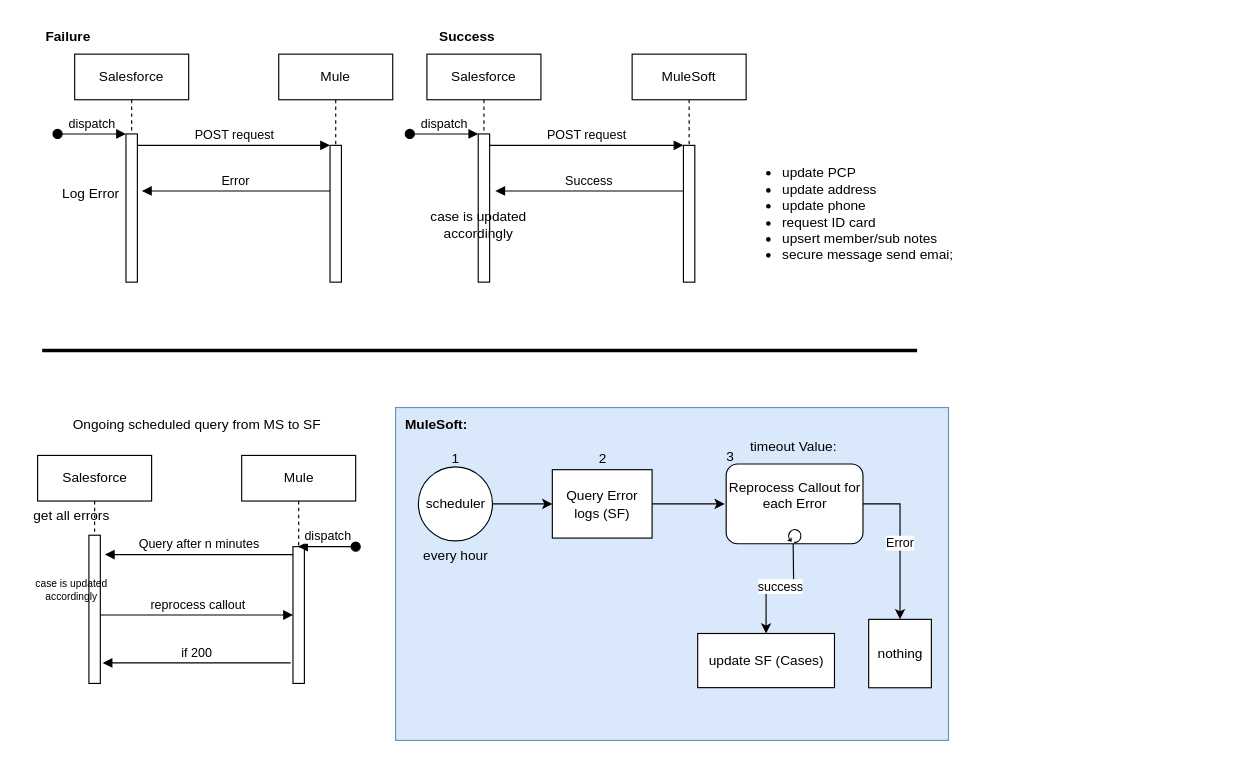
This is errorLog.drawio from payam-e/diagrams, a draw.io file, before an edit. Source tidied: cells renumbered, new cells numbered last; positions are measured from the earlier drawing's top-left corner, leaving out a move shared by most shapes. Both pictures are drawn from the tidied source at 114%, with x=0, y=0 at pixel (18, 19).
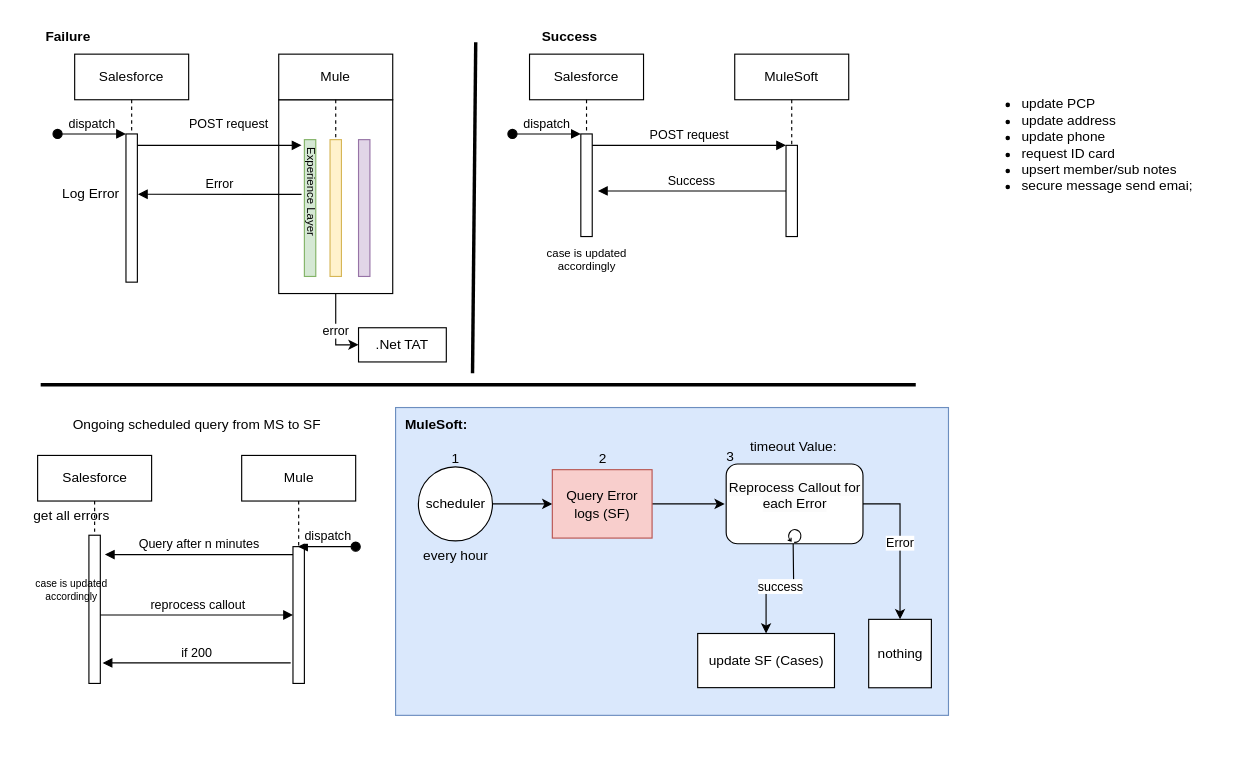
The same page after the edit.

Unchanged cells that the change refers to:
```xml
<mxCell id="4" style="html=1;points=[];perimeter=orthogonalPerimeter;outlineConnect=0;targetShapes=umlLifeline;portConstraint=eastwest;newEdgeStyle={&quot;edgeStyle&quot;:&quot;elbowEdgeStyle&quot;,&quot;elbow&quot;:&quot;vertical&quot;,&quot;curved&quot;:0,&quot;rounded&quot;:0};" parent="3" vertex="1">
  <mxGeometry x="45" y="70" width="10" height="130" as="geometry" />
</mxCell>
```

What changed in the source:
```diff
@@
+    <mxCell id="49" value="error" style="edgeStyle=orthogonalEdgeStyle;rounded=0;jettySize=auto;html=1;entryX=0;entryY=0.5;entryDx=0;entryDy=0;" parent="1" edge="1" source="50" target="53">
+      <mxGeometry relative="1" as="geometry" />
+    </mxCell>
+    <mxCell id="50" style="rounded=0;whiteSpace=wrap;html=1;" parent="1" vertex="1">
+      <mxGeometry x="228" y="70" width="100" height="170" as="geometry" />
+    </mxCell>
     <mxCell id="2" style="rounded=0;whiteSpace=wrap;html=1;fillColor=#dae8fc;strokeColor=#6c8ebf;" parent="1" vertex="1">
-      <mxGeometry x="330.5" y="340" width="485" height="292" as="geometry" />
+      <mxGeometry x="330.5" y="340" width="485" height="270" as="geometry" />
     </mxCell>
@@
     <mxCell id="6" value="Mule" style="shape=umlLifeline;perimeter=lifelinePerimeter;whiteSpace=wrap;html=1;newEdgeStyle={&quot;edgeStyle&quot;:&quot;elbowEdgeStyle&quot;,&quot;elbow&quot;:&quot;vertical&quot;,&quot;curved&quot;:0,&quot;rounded&quot;:0};" parent="1" vertex="1">
-      <mxGeometry x="228" y="30" width="100" height="200" as="geometry" />
+      <mxGeometry x="228" y="30" width="100" height="190" as="geometry" />
     </mxCell>
-    <mxCell id="7" style="html=1;points=[];perimeter=orthogonalPerimeter;outlineConnect=0;targetShapes=umlLifeline;portConstraint=eastwest;newEdgeStyle={&quot;edgeStyle&quot;:&quot;elbowEdgeStyle&quot;,&quot;elbow&quot;:&quot;vertical&quot;,&quot;curved&quot;:0,&quot;rounded&quot;:0};" parent="6" vertex="1">
-      <mxGeometry x="45" y="80" width="10" height="120" as="geometry" />
+    <mxCell id="7" value="Experience Layer" style="html=1;points=[];perimeter=orthogonalPerimeter;outlineConnect=0;targetShapes=umlLifeline;portConstraint=eastwest;newEdgeStyle={&quot;edgeStyle&quot;:&quot;elbowEdgeStyle&quot;,&quot;elbow&quot;:&quot;vertical&quot;,&quot;curved&quot;:0,&quot;rounded&quot;:0};fillColor=#d5e8d4;strokeColor=#82b366;flipH=1;flipV=1;textDirection=vertical-lr;verticalAlign=top;fontSize=10;align=center;" parent="6" vertex="1">
+      <mxGeometry x="22.5" y="75" width="10" height="120" as="geometry" />
     </mxCell>
+    <mxCell id="51" style="html=1;perimeter=orthogonalPerimeter;targetShapes=umlLifeline;newEdgeStyle={&quot;edgeStyle&quot;:&quot;elbowEdgeStyle&quot;,&quot;elbow&quot;:&quot;vertical&quot;,&quot;curved&quot;:0,&quot;rounded&quot;:0};fillColor=#fff2cc;strokeColor=#d6b656;" parent="6" vertex="1">
+      <mxGeometry x="45" y="75" width="10" height="120" as="geometry" />
+    </mxCell>
+    <mxCell id="52" style="html=1;perimeter=orthogonalPerimeter;targetShapes=umlLifeline;newEdgeStyle={&quot;edgeStyle&quot;:&quot;elbowEdgeStyle&quot;,&quot;elbow&quot;:&quot;vertical&quot;,&quot;curved&quot;:0,&quot;rounded&quot;:0};fillColor=#e1d5e7;strokeColor=#9673a6;" parent="6" vertex="1">
+      <mxGeometry x="70" y="75" width="10" height="120" as="geometry" />
+    </mxCell>
-    <mxCell id="8" value="POST request" style="html=1;verticalAlign=bottom;endArrow=block;edgeStyle=elbowEdgeStyle;elbow=vertical;curved=0;rounded=0;" parent="1" edge="1" source="4" target="7">
-      <mxGeometry relative="1" as="geometry">
+    <mxCell id="8" value="POST request" style="html=1;verticalAlign=bottom;endArrow=block;edgeStyle=elbowEdgeStyle;elbow=vertical;curved=0;rounded=0;" parent="1" edge="1" source="4">
+      <mxGeometry x="0.11" y="10" relative="1" as="geometry">
+        <mxPoint x="248" y="110" as="targetPoint" />
         <Array as="points">
           <mxPoint x="188" y="110" />
         </Array>
       </mxGeometry>
     </mxCell>
-    <mxCell id="9" value="Error" style="html=1;verticalAlign=bottom;endArrow=block;edgeStyle=elbowEdgeStyle;elbow=vertical;curved=0;rounded=0;" parent="1" edge="1" source="7">
+    <mxCell id="9" value="Error" style="html=1;verticalAlign=bottom;endArrow=block;edgeStyle=elbowEdgeStyle;elbow=vertical;curved=0;rounded=0;" parent="1" edge="1">
       <mxGeometry relative="1" as="geometry">
-        <mxPoint x="108" y="150" as="targetPoint" />
+        <mxPoint x="248" y="153" as="sourcePoint" />
+        <mxPoint x="104.5" y="152.9" as="targetPoint" />
         <Array as="points">
-          <mxPoint x="198" y="150" />
+          <mxPoint x="194.5" y="152.9" />
         </Array>
       </mxGeometry>
     </mxCell>
     <mxCell id="10" value="&lt;ul&gt;&lt;li&gt;update PCP&lt;/li&gt;&lt;li&gt;update address&lt;/li&gt;&lt;li&gt;update phone&lt;/li&gt;&lt;li&gt;request ID card&lt;/li&gt;&lt;li&gt;upsert member/sub notes&lt;/li&gt;&lt;li&gt;secure message send emai;&lt;/li&gt;&lt;/ul&gt;" style="text;html=1;align=left;verticalAlign=middle;strokeColor=none;fillColor=none;" parent="1" vertex="1">
-      <mxGeometry x="628" y="110" width="210" height="120" as="geometry" />
+      <mxGeometry x="838" y="50" width="210" height="120" as="geometry" />
     </mxCell>
@@
-    <mxCell id="26" value="Query Error logs (SF)" style="whiteSpace=wrap;html=1;" parent="1" vertex="1">
+    <mxCell id="26" value="Query Error logs (SF)" style="whiteSpace=wrap;html=1;fillColor=#f8cecc;strokeColor=#b85450;" parent="1" vertex="1">
       <mxGeometry x="468" y="394.5" width="87.5" height="60" as="geometry" />
     </mxCell>
@@
     <mxCell id="37" value="Salesforce" style="shape=umlLifeline;perimeter=lifelinePerimeter;whiteSpace=wrap;html=1;newEdgeStyle={&quot;edgeStyle&quot;:&quot;elbowEdgeStyle&quot;,&quot;elbow&quot;:&quot;vertical&quot;,&quot;curved&quot;:0,&quot;rounded&quot;:0};" parent="1" vertex="1">
-      <mxGeometry x="358" y="30" width="100" height="200" as="geometry" />
+      <mxGeometry x="448" y="30" width="100" height="160" as="geometry" />
     </mxCell>
     <mxCell id="38" style="html=1;points=[];perimeter=orthogonalPerimeter;outlineConnect=0;targetShapes=umlLifeline;portConstraint=eastwest;newEdgeStyle={&quot;edgeStyle&quot;:&quot;elbowEdgeStyle&quot;,&quot;elbow&quot;:&quot;vertical&quot;,&quot;curved&quot;:0,&quot;rounded&quot;:0};" parent="37" vertex="1">
-      <mxGeometry x="45" y="70" width="10" height="130" as="geometry" />
+      <mxGeometry x="45" y="70" width="10" height="90" as="geometry" />
     </mxCell>
@@
     <mxCell id="40" value="MuleSoft" style="shape=umlLifeline;perimeter=lifelinePerimeter;whiteSpace=wrap;html=1;newEdgeStyle={&quot;edgeStyle&quot;:&quot;elbowEdgeStyle&quot;,&quot;elbow&quot;:&quot;vertical&quot;,&quot;curved&quot;:0,&quot;rounded&quot;:0};" parent="1" vertex="1">
-      <mxGeometry x="538" y="30" width="100" height="200" as="geometry" />
+      <mxGeometry x="628" y="30" width="100" height="160" as="geometry" />
     </mxCell>
     <mxCell id="41" style="html=1;points=[];perimeter=orthogonalPerimeter;outlineConnect=0;targetShapes=umlLifeline;portConstraint=eastwest;newEdgeStyle={&quot;edgeStyle&quot;:&quot;elbowEdgeStyle&quot;,&quot;elbow&quot;:&quot;vertical&quot;,&quot;curved&quot;:0,&quot;rounded&quot;:0};" parent="40" vertex="1">
-      <mxGeometry x="45" y="80" width="10" height="120" as="geometry" />
+      <mxGeometry x="45" y="80" width="10" height="80" as="geometry" />
     </mxCell>
     <mxCell id="42" value="POST request" style="html=1;verticalAlign=bottom;endArrow=block;edgeStyle=elbowEdgeStyle;elbow=vertical;curved=0;rounded=0;" parent="1" edge="1" source="38" target="41">
       <mxGeometry relative="1" as="geometry">
         <Array as="points">
-          <mxPoint x="498" y="110" />
+          <mxPoint x="588" y="110" />
         </Array>
       </mxGeometry>
     </mxCell>
     <mxCell id="43" value="Success" style="html=1;verticalAlign=bottom;endArrow=block;edgeStyle=elbowEdgeStyle;elbow=vertical;curved=0;rounded=0;" parent="1" edge="1" source="41">
       <mxGeometry relative="1" as="geometry">
-        <mxPoint x="418" y="150" as="targetPoint" />
+        <mxPoint x="508" y="150" as="targetPoint" />
         <Array as="points">
-          <mxPoint x="508" y="150" />
+          <mxPoint x="598" y="150" />
         </Array>
       </mxGeometry>
     </mxCell>
-    <mxCell id="44" value="case is updated&lt;div&gt;accordingly&lt;/div&gt;" style="text;html=1;align=center;verticalAlign=middle;strokeColor=none;fillColor=none;" parent="1" vertex="1">
-      <mxGeometry x="348" y="160" width="110" height="40" as="geometry" />
+    <mxCell id="44" value="case is updated&lt;div style=&quot;font-size: 10px;&quot;&gt;accordingly&lt;/div&gt;" style="text;html=1;align=center;verticalAlign=middle;strokeColor=none;fillColor=none;fontSize=10;" parent="1" vertex="1">
+      <mxGeometry x="453" y="190" width="90" height="40" as="geometry" />
     </mxCell>
@@
     <mxCell id="46" value="&lt;b&gt;Success&lt;/b&gt;" style="text;html=1;align=center;verticalAlign=middle;strokeColor=none;fillColor=none;" parent="1" vertex="1">
-      <mxGeometry x="358" width="70" height="30" as="geometry" />
+      <mxGeometry x="448" width="70" height="30" as="geometry" />
     </mxCell>
     <mxCell id="47" style="endArrow=none;html=1;rounded=0;strokeWidth=3;" parent="1" edge="1">
       <mxGeometry relative="1" as="geometry">
-        <mxPoint x="20.5" y="290" as="sourcePoint" />
-        <mxPoint x="788" y="290" as="targetPoint" />
+        <mxPoint x="19.2" y="320" as="sourcePoint" />
+        <mxPoint x="786.8" y="320" as="targetPoint" />
       </mxGeometry>
     </mxCell>
@@
+    <mxCell id="53" value=".Net TAT" style="rounded=0;whiteSpace=wrap;html=1;" parent="1" vertex="1">
+      <mxGeometry x="298" y="270" width="77" height="30" as="geometry" />
+    </mxCell>
+    <mxCell id="54" style="endArrow=none;html=1;rounded=0;strokeWidth=3;" parent="1" edge="1">
+      <mxGeometry relative="1" as="geometry">
+        <mxPoint x="400.8" y="19.6" as="sourcePoint" />
+        <mxPoint x="398" y="310" as="targetPoint" />
+      </mxGeometry>
+    </mxCell>
```
